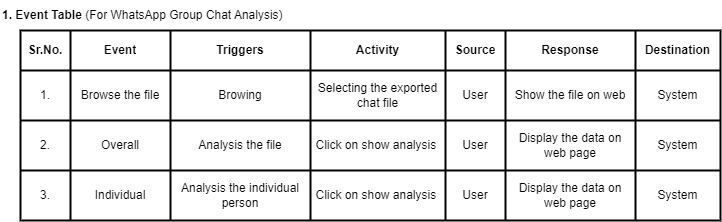
Earlier version of the draw.io export Event Table.drawio.png (akashpagi/GITHUB). Source tidied: cells renumbered, new cells last; positions are measured from the earlier drawing's top-left corner, leaving out a move shared by most shapes.
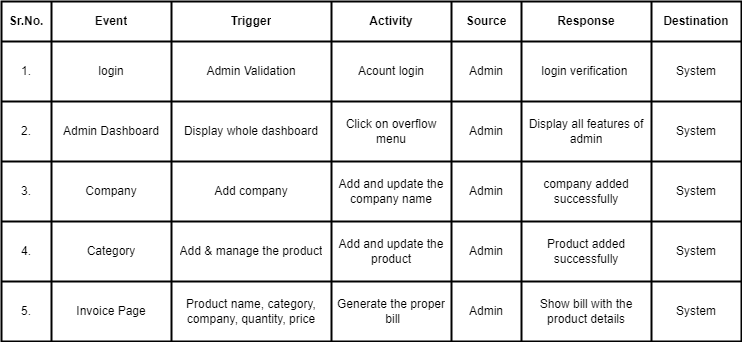
After the commit.

Diff of the diagram source:
```diff
@@ -3,106 +3,151 @@
     <mxCell id="0" />
     <mxCell id="1" parent="0" />
     <mxCell id="2" style="shape=table;startSize=0;strokeWidth=2;" parent="1" vertex="1">
-      <mxGeometry x="20" y="30" width="700" height="190" as="geometry" />
+      <mxGeometry x="20" y="30" width="740" height="340" as="geometry" />
     </mxCell>
     <mxCell id="3" style="shape=tableRow;horizontal=0;startSize=0;swimlaneHead=0;swimlaneBody=0;strokeColor=inherit;top=0;left=0;bottom=0;right=0;fillColor=none;strokeWidth=2;" parent="2" vertex="1">
-      <mxGeometry width="700" height="40" as="geometry" />
+      <mxGeometry width="740" height="40" as="geometry" />
     </mxCell>
     <mxCell id="4" value="&lt;font style=&quot;font-size: 12px;&quot;&gt;&lt;b&gt;Sr.No.&lt;/b&gt;&lt;/font&gt;" style="shape=partialRectangle;html=1;whiteSpace=wrap;strokeColor=inherit;overflow=hidden;fillColor=none;top=0;left=0;bottom=0;right=0;strokeWidth=2;" parent="3" vertex="1">
       <mxGeometry width="50" height="40" as="geometry" />
     </mxCell>
     <mxCell id="5" value="&lt;b&gt;Event&lt;/b&gt;" style="shape=partialRectangle;html=1;whiteSpace=wrap;strokeColor=inherit;overflow=hidden;fillColor=none;top=0;left=0;bottom=0;right=0;strokeWidth=2;" parent="3" vertex="1">
-      <mxGeometry x="50" width="100" height="40" as="geometry" />
+      <mxGeometry x="50" width="120" height="40" as="geometry" />
     </mxCell>
-    <mxCell id="6" value="&lt;b&gt;Triggers&lt;/b&gt;" style="shape=partialRectangle;html=1;whiteSpace=wrap;strokeColor=inherit;overflow=hidden;fillColor=none;top=0;left=0;bottom=0;right=0;strokeWidth=2;" parent="3" vertex="1">
-      <mxGeometry x="150" width="140" height="40" as="geometry" />
+    <mxCell id="6" value="&lt;b&gt;Trigger&lt;/b&gt;" style="shape=partialRectangle;html=1;whiteSpace=wrap;strokeColor=inherit;overflow=hidden;fillColor=none;top=0;left=0;bottom=0;right=0;strokeWidth=2;" parent="3" vertex="1">
+      <mxGeometry x="170" width="160" height="40" as="geometry" />
     </mxCell>
     <mxCell id="7" value="&lt;b&gt;Activity&lt;/b&gt;" style="shape=partialRectangle;html=1;whiteSpace=wrap;strokeColor=inherit;overflow=hidden;fillColor=none;top=0;left=0;bottom=0;right=0;strokeWidth=2;" parent="3" vertex="1">
-      <mxGeometry x="290" width="135" height="40" as="geometry" />
+      <mxGeometry x="330" width="120" height="40" as="geometry" />
     </mxCell>
     <mxCell id="8" value="&lt;b&gt;Source&lt;/b&gt;" style="shape=partialRectangle;html=1;whiteSpace=wrap;strokeColor=inherit;overflow=hidden;fillColor=none;top=0;left=0;bottom=0;right=0;strokeWidth=2;" parent="3" vertex="1">
-      <mxGeometry x="425" width="60" height="40" as="geometry" />
+      <mxGeometry x="450" width="70" height="40" as="geometry" />
     </mxCell>
     <mxCell id="9" value="&lt;b&gt;Response&lt;/b&gt;" style="shape=partialRectangle;html=1;whiteSpace=wrap;strokeColor=inherit;overflow=hidden;fillColor=none;top=0;left=0;bottom=0;right=0;strokeWidth=2;" parent="3" vertex="1">
-      <mxGeometry x="485" width="130" height="40" as="geometry" />
+      <mxGeometry x="520" width="130" height="40" as="geometry" />
     </mxCell>
     <mxCell id="10" value="&lt;b&gt;Destination&lt;/b&gt;" style="shape=partialRectangle;html=1;whiteSpace=wrap;strokeColor=inherit;overflow=hidden;fillColor=none;top=0;left=0;bottom=0;right=0;strokeWidth=2;" parent="3" vertex="1">
-      <mxGeometry x="615" width="85" height="40" as="geometry" />
+      <mxGeometry x="650" width="90" height="40" as="geometry" />
     </mxCell>
     <mxCell id="11" style="shape=tableRow;horizontal=0;startSize=0;swimlaneHead=0;swimlaneBody=0;strokeColor=inherit;top=0;left=0;bottom=0;right=0;fillColor=none;strokeWidth=2;" parent="2" vertex="1">
-      <mxGeometry y="40" width="700" height="50" as="geometry" />
+      <mxGeometry y="40" width="740" height="60" as="geometry" />
     </mxCell>
     <mxCell id="12" value="1." style="shape=partialRectangle;html=1;whiteSpace=wrap;strokeColor=inherit;overflow=hidden;fillColor=none;top=0;left=0;bottom=0;right=0;strokeWidth=2;" parent="11" vertex="1">
-      <mxGeometry width="50" height="50" as="geometry" />
+      <mxGeometry width="50" height="60" as="geometry" />
     </mxCell>
-    <mxCell id="13" value="Browse the file" style="shape=partialRectangle;html=1;whiteSpace=wrap;strokeColor=inherit;overflow=hidden;fillColor=none;top=0;left=0;bottom=0;right=0;strokeWidth=2;" parent="11" vertex="1">
-      <mxGeometry x="50" width="100" height="50" as="geometry" />
+    <mxCell id="13" value="login" style="shape=partialRectangle;html=1;whiteSpace=wrap;strokeColor=inherit;overflow=hidden;fillColor=none;top=0;left=0;bottom=0;right=0;strokeWidth=2;" parent="11" vertex="1">
+      <mxGeometry x="50" width="120" height="60" as="geometry" />
     </mxCell>
-    <mxCell id="14" value="Browing" style="shape=partialRectangle;html=1;whiteSpace=wrap;strokeColor=inherit;overflow=hidden;fillColor=none;top=0;left=0;bottom=0;right=0;strokeWidth=2;" parent="11" vertex="1">
-      <mxGeometry x="150" width="140" height="50" as="geometry" />
+    <mxCell id="14" value="Admin Validation" style="shape=partialRectangle;html=1;whiteSpace=wrap;strokeColor=inherit;overflow=hidden;fillColor=none;top=0;left=0;bottom=0;right=0;strokeWidth=2;" parent="11" vertex="1">
+      <mxGeometry x="170" width="160" height="60" as="geometry" />
     </mxCell>
-    <mxCell id="15" value="Selecting the exported chat file" style="shape=partialRectangle;html=1;whiteSpace=wrap;strokeColor=inherit;overflow=hidden;fillColor=none;top=0;left=0;bottom=0;right=0;strokeWidth=2;" parent="11" vertex="1">
-      <mxGeometry x="290" width="135" height="50" as="geometry" />
+    <mxCell id="15" value="Acount login" style="shape=partialRectangle;html=1;whiteSpace=wrap;strokeColor=inherit;overflow=hidden;fillColor=none;top=0;left=0;bottom=0;right=0;strokeWidth=2;" parent="11" vertex="1">
+      <mxGeometry x="330" width="120" height="60" as="geometry" />
     </mxCell>
-    <mxCell id="16" value="User" style="shape=partialRectangle;html=1;whiteSpace=wrap;strokeColor=inherit;overflow=hidden;fillColor=none;top=0;left=0;bottom=0;right=0;strokeWidth=2;" parent="11" vertex="1">
-      <mxGeometry x="425" width="60" height="50" as="geometry" />
+    <mxCell id="16" value="Admin" style="shape=partialRectangle;html=1;whiteSpace=wrap;strokeColor=inherit;overflow=hidden;fillColor=none;top=0;left=0;bottom=0;right=0;strokeWidth=2;" parent="11" vertex="1">
+      <mxGeometry x="450" width="70" height="60" as="geometry" />
     </mxCell>
-    <mxCell id="17" value="Show the file on web" style="shape=partialRectangle;html=1;whiteSpace=wrap;strokeColor=inherit;overflow=hidden;fillColor=none;top=0;left=0;bottom=0;right=0;strokeWidth=2;" parent="11" vertex="1">
-      <mxGeometry x="485" width="130" height="50" as="geometry" />
+    <mxCell id="17" value="login verification&amp;nbsp;" style="shape=partialRectangle;html=1;whiteSpace=wrap;strokeColor=inherit;overflow=hidden;fillColor=none;top=0;left=0;bottom=0;right=0;strokeWidth=2;" parent="11" vertex="1">
+      <mxGeometry x="520" width="130" height="60" as="geometry" />
     </mxCell>
     <mxCell id="18" value="System" style="shape=partialRectangle;html=1;whiteSpace=wrap;strokeColor=inherit;overflow=hidden;fillColor=none;top=0;left=0;bottom=0;right=0;strokeWidth=2;" parent="11" vertex="1">
-      <mxGeometry x="615" width="85" height="50" as="geometry" />
+      <mxGeometry x="650" width="90" height="60" as="geometry" />
     </mxCell>
     <mxCell id="19" style="shape=tableRow;horizontal=0;startSize=0;swimlaneHead=0;swimlaneBody=0;strokeColor=inherit;top=0;left=0;bottom=0;right=0;fillColor=none;strokeWidth=2;" parent="2" vertex="1">
-      <mxGeometry y="90" width="700" height="50" as="geometry" />
+      <mxGeometry y="100" width="740" height="60" as="geometry" />
     </mxCell>
     <mxCell id="20" value="2." style="shape=partialRectangle;html=1;whiteSpace=wrap;strokeColor=inherit;overflow=hidden;fillColor=none;top=0;left=0;bottom=0;right=0;strokeWidth=2;" parent="19" vertex="1">
-      <mxGeometry width="50" height="50" as="geometry" />
+      <mxGeometry width="50" height="60" as="geometry" />
     </mxCell>
-    <mxCell id="21" value="Overall" style="shape=partialRectangle;html=1;whiteSpace=wrap;strokeColor=inherit;overflow=hidden;fillColor=none;top=0;left=0;bottom=0;right=0;strokeWidth=2;" parent="19" vertex="1">
-      <mxGeometry x="50" width="100" height="50" as="geometry" />
+    <mxCell id="21" value="Admin Dashboard" style="shape=partialRectangle;html=1;whiteSpace=wrap;strokeColor=inherit;overflow=hidden;fillColor=none;top=0;left=0;bottom=0;right=0;strokeWidth=2;" parent="19" vertex="1">
+      <mxGeometry x="50" width="120" height="60" as="geometry" />
     </mxCell>
-    <mxCell id="22" value="Analysis the file" style="shape=partialRectangle;html=1;whiteSpace=wrap;strokeColor=inherit;overflow=hidden;fillColor=none;top=0;left=0;bottom=0;right=0;strokeWidth=2;" parent="19" vertex="1">
-      <mxGeometry x="150" width="140" height="50" as="geometry" />
+    <mxCell id="22" value="Display whole dashboard" style="shape=partialRectangle;html=1;whiteSpace=wrap;strokeColor=inherit;overflow=hidden;fillColor=none;top=0;left=0;bottom=0;right=0;strokeWidth=2;" parent="19" vertex="1">
+      <mxGeometry x="170" width="160" height="60" as="geometry" />
     </mxCell>
-    <mxCell id="23" value="Click on show analysis&amp;nbsp;" style="shape=partialRectangle;html=1;whiteSpace=wrap;strokeColor=inherit;overflow=hidden;fillColor=none;top=0;left=0;bottom=0;right=0;strokeWidth=2;" parent="19" vertex="1">
-      <mxGeometry x="290" width="135" height="50" as="geometry" />
+    <mxCell id="23" value="Click on overflow menu" style="shape=partialRectangle;html=1;whiteSpace=wrap;strokeColor=inherit;overflow=hidden;fillColor=none;top=0;left=0;bottom=0;right=0;strokeWidth=2;" parent="19" vertex="1">
+      <mxGeometry x="330" width="120" height="60" as="geometry" />
     </mxCell>
-    <mxCell id="24" value="User" style="shape=partialRectangle;html=1;whiteSpace=wrap;strokeColor=inherit;overflow=hidden;fillColor=none;top=0;left=0;bottom=0;right=0;strokeWidth=2;" parent="19" vertex="1">
-      <mxGeometry x="425" width="60" height="50" as="geometry" />
+    <mxCell id="24" value="Admin" style="shape=partialRectangle;html=1;whiteSpace=wrap;strokeColor=inherit;overflow=hidden;fillColor=none;top=0;left=0;bottom=0;right=0;strokeWidth=2;" parent="19" vertex="1">
+      <mxGeometry x="450" width="70" height="60" as="geometry" />
     </mxCell>
-    <mxCell id="25" value="Display the data on web page" style="shape=partialRectangle;html=1;whiteSpace=wrap;strokeColor=inherit;overflow=hidden;fillColor=none;top=0;left=0;bottom=0;right=0;strokeWidth=2;" parent="19" vertex="1">
-      <mxGeometry x="485" width="130" height="50" as="geometry" />
+    <mxCell id="25" value="Display all features of admin" style="shape=partialRectangle;html=1;whiteSpace=wrap;strokeColor=inherit;overflow=hidden;fillColor=none;top=0;left=0;bottom=0;right=0;strokeWidth=2;" parent="19" vertex="1">
+      <mxGeometry x="520" width="130" height="60" as="geometry" />
     </mxCell>
     <mxCell id="26" value="System" style="shape=partialRectangle;html=1;whiteSpace=wrap;strokeColor=inherit;overflow=hidden;fillColor=none;top=0;left=0;bottom=0;right=0;strokeWidth=2;" parent="19" vertex="1">
-      <mxGeometry x="615" width="85" height="50" as="geometry" />
+      <mxGeometry x="650" width="90" height="60" as="geometry" />
     </mxCell>
     <mxCell id="27" style="shape=tableRow;horizontal=0;startSize=0;swimlaneHead=0;swimlaneBody=0;strokeColor=inherit;top=0;left=0;bottom=0;right=0;fillColor=none;strokeWidth=2;" parent="2" vertex="1">
-      <mxGeometry y="140" width="700" height="50" as="geometry" />
+      <mxGeometry y="160" width="740" height="60" as="geometry" />
     </mxCell>
     <mxCell id="28" value="3." style="shape=partialRectangle;html=1;whiteSpace=wrap;strokeColor=inherit;overflow=hidden;fillColor=none;top=0;left=0;bottom=0;right=0;strokeWidth=2;" parent="27" vertex="1">
-      <mxGeometry width="50" height="50" as="geometry" />
+      <mxGeometry width="50" height="60" as="geometry" />
     </mxCell>
-    <mxCell id="29" value="Individual" style="shape=partialRectangle;html=1;whiteSpace=wrap;strokeColor=inherit;overflow=hidden;fillColor=none;top=0;left=0;bottom=0;right=0;strokeWidth=2;" parent="27" vertex="1">
-      <mxGeometry x="50" width="100" height="50" as="geometry" />
+    <mxCell id="29" value="Company" style="shape=partialRectangle;html=1;whiteSpace=wrap;strokeColor=inherit;overflow=hidden;fillColor=none;top=0;left=0;bottom=0;right=0;strokeWidth=2;" parent="27" vertex="1">
+      <mxGeometry x="50" width="120" height="60" as="geometry" />
     </mxCell>
-    <mxCell id="30" value="Analysis the individual person" style="shape=partialRectangle;html=1;whiteSpace=wrap;strokeColor=inherit;overflow=hidden;fillColor=none;top=0;left=0;bottom=0;right=0;strokeWidth=2;" parent="27" vertex="1">
-      <mxGeometry x="150" width="140" height="50" as="geometry" />
+    <mxCell id="30" value="Add company" style="shape=partialRectangle;html=1;whiteSpace=wrap;strokeColor=inherit;overflow=hidden;fillColor=none;top=0;left=0;bottom=0;right=0;strokeWidth=2;" parent="27" vertex="1">
+      <mxGeometry x="170" width="160" height="60" as="geometry" />
     </mxCell>
-    <mxCell id="31" value="Click on show analysis&amp;nbsp;" style="shape=partialRectangle;html=1;whiteSpace=wrap;strokeColor=inherit;overflow=hidden;fillColor=none;top=0;left=0;bottom=0;right=0;strokeWidth=2;" parent="27" vertex="1">
-      <mxGeometry x="290" width="135" height="50" as="geometry" />
+    <mxCell id="31" value="Add and update the company name" style="shape=partialRectangle;html=1;whiteSpace=wrap;strokeColor=inherit;overflow=hidden;fillColor=none;top=0;left=0;bottom=0;right=0;strokeWidth=2;" parent="27" vertex="1">
+      <mxGeometry x="330" width="120" height="60" as="geometry" />
     </mxCell>
-    <mxCell id="32" value="User" style="shape=partialRectangle;html=1;whiteSpace=wrap;strokeColor=inherit;overflow=hidden;fillColor=none;top=0;left=0;bottom=0;right=0;strokeWidth=2;" parent="27" vertex="1">
-      <mxGeometry x="425" width="60" height="50" as="geometry" />
+    <mxCell id="32" value="Admin" style="shape=partialRectangle;html=1;whiteSpace=wrap;strokeColor=inherit;overflow=hidden;fillColor=none;top=0;left=0;bottom=0;right=0;strokeWidth=2;" parent="27" vertex="1">
+      <mxGeometry x="450" width="70" height="60" as="geometry" />
     </mxCell>
-    <mxCell id="33" value="Display the data on web page" style="shape=partialRectangle;html=1;whiteSpace=wrap;strokeColor=inherit;overflow=hidden;fillColor=none;top=0;left=0;bottom=0;right=0;strokeWidth=2;" parent="27" vertex="1">
-      <mxGeometry x="485" width="130" height="50" as="geometry" />
+    <mxCell id="33" value="company added successfully" style="shape=partialRectangle;html=1;whiteSpace=wrap;strokeColor=inherit;overflow=hidden;fillColor=none;top=0;left=0;bottom=0;right=0;strokeWidth=2;" parent="27" vertex="1">
+      <mxGeometry x="520" width="130" height="60" as="geometry" />
     </mxCell>
     <mxCell id="34" value="System" style="shape=partialRectangle;html=1;whiteSpace=wrap;strokeColor=inherit;overflow=hidden;fillColor=none;top=0;left=0;bottom=0;right=0;strokeWidth=2;" parent="27" vertex="1">
-      <mxGeometry x="615" width="85" height="50" as="geometry" />
+      <mxGeometry x="650" width="90" height="60" as="geometry" />
     </mxCell>
-    <mxCell id="35" value="&lt;b&gt;1. Event Table&lt;/b&gt; (For WhatsApp Group Chat Analysis)" style="text;html=1;strokeColor=none;fillColor=none;align=left;verticalAlign=middle;whiteSpace=wrap;rounded=0;" parent="1" vertex="1">
-      <mxGeometry width="410" height="30" as="geometry" />
-    </mxCell>
+    <mxCell id="36" style="shape=tableRow;horizontal=0;startSize=0;swimlaneHead=0;swimlaneBody=0;strokeColor=inherit;top=0;left=0;bottom=0;right=0;fillColor=none;strokeWidth=2;" parent="2" vertex="1">
+      <mxGeometry y="220" width="740" height="60" as="geometry" />
+    </mxCell>
+    <mxCell id="37" value="4." style="shape=partialRectangle;html=1;whiteSpace=wrap;strokeColor=inherit;overflow=hidden;fillColor=none;top=0;left=0;bottom=0;right=0;strokeWidth=2;" parent="36" vertex="1">
+      <mxGeometry width="50" height="60" as="geometry" />
+    </mxCell>
+    <mxCell id="38" value="Category" style="shape=partialRectangle;html=1;whiteSpace=wrap;strokeColor=inherit;overflow=hidden;fillColor=none;top=0;left=0;bottom=0;right=0;strokeWidth=2;" parent="36" vertex="1">
+      <mxGeometry x="50" width="120" height="60" as="geometry" />
+    </mxCell>
+    <mxCell id="39" value="Add &amp;amp; manage the product" style="shape=partialRectangle;html=1;whiteSpace=wrap;strokeColor=inherit;overflow=hidden;fillColor=none;top=0;left=0;bottom=0;right=0;strokeWidth=2;" parent="36" vertex="1">
+      <mxGeometry x="170" width="160" height="60" as="geometry" />
+    </mxCell>
+    <mxCell id="40" value="Add and update the product" style="shape=partialRectangle;html=1;whiteSpace=wrap;strokeColor=inherit;overflow=hidden;fillColor=none;top=0;left=0;bottom=0;right=0;strokeWidth=2;" parent="36" vertex="1">
+      <mxGeometry x="330" width="120" height="60" as="geometry" />
+    </mxCell>
+    <mxCell id="41" value="Admin" style="shape=partialRectangle;html=1;whiteSpace=wrap;strokeColor=inherit;overflow=hidden;fillColor=none;top=0;left=0;bottom=0;right=0;strokeWidth=2;" parent="36" vertex="1">
+      <mxGeometry x="450" width="70" height="60" as="geometry" />
+    </mxCell>
+    <mxCell id="42" value="Product added successfully" style="shape=partialRectangle;html=1;whiteSpace=wrap;strokeColor=inherit;overflow=hidden;fillColor=none;top=0;left=0;bottom=0;right=0;strokeWidth=2;" parent="36" vertex="1">
+      <mxGeometry x="520" width="130" height="60" as="geometry" />
+    </mxCell>
+    <mxCell id="43" value="System" style="shape=partialRectangle;html=1;whiteSpace=wrap;strokeColor=inherit;overflow=hidden;fillColor=none;top=0;left=0;bottom=0;right=0;strokeWidth=2;" parent="36" vertex="1">
+      <mxGeometry x="650" width="90" height="60" as="geometry" />
+    </mxCell>
+    <mxCell id="44" style="shape=tableRow;horizontal=0;startSize=0;swimlaneHead=0;swimlaneBody=0;strokeColor=inherit;top=0;left=0;bottom=0;right=0;fillColor=none;strokeWidth=2;" parent="2" vertex="1">
+      <mxGeometry y="280" width="740" height="60" as="geometry" />
+    </mxCell>
+    <mxCell id="45" value="5." style="shape=partialRectangle;html=1;whiteSpace=wrap;strokeColor=inherit;overflow=hidden;fillColor=none;top=0;left=0;bottom=0;right=0;strokeWidth=2;" parent="44" vertex="1">
+      <mxGeometry width="50" height="60" as="geometry" />
+    </mxCell>
+    <mxCell id="46" value="Invoice Page" style="shape=partialRectangle;html=1;whiteSpace=wrap;strokeColor=inherit;overflow=hidden;fillColor=none;top=0;left=0;bottom=0;right=0;strokeWidth=2;" parent="44" vertex="1">
+      <mxGeometry x="50" width="120" height="60" as="geometry" />
+    </mxCell>
+    <mxCell id="47" value="Product name, category, company, quantity, price" style="shape=partialRectangle;html=1;whiteSpace=wrap;strokeColor=inherit;overflow=hidden;fillColor=none;top=0;left=0;bottom=0;right=0;strokeWidth=2;" parent="44" vertex="1">
+      <mxGeometry x="170" width="160" height="60" as="geometry" />
+    </mxCell>
+    <mxCell id="48" value="Generate the proper&lt;div&gt;&amp;nbsp;bill&lt;/div&gt;" style="shape=partialRectangle;html=1;whiteSpace=wrap;strokeColor=inherit;overflow=hidden;fillColor=none;top=0;left=0;bottom=0;right=0;strokeWidth=2;" parent="44" vertex="1">
+      <mxGeometry x="330" width="120" height="60" as="geometry" />
+    </mxCell>
+    <mxCell id="49" value="Admin" style="shape=partialRectangle;html=1;whiteSpace=wrap;strokeColor=inherit;overflow=hidden;fillColor=none;top=0;left=0;bottom=0;right=0;strokeWidth=2;" parent="44" vertex="1">
+      <mxGeometry x="450" width="70" height="60" as="geometry" />
+    </mxCell>
+    <mxCell id="50" value="Show bill with the product details" style="shape=partialRectangle;html=1;whiteSpace=wrap;strokeColor=inherit;overflow=hidden;fillColor=none;top=0;left=0;bottom=0;right=0;strokeWidth=2;" parent="44" vertex="1">
+      <mxGeometry x="520" width="130" height="60" as="geometry" />
+    </mxCell>
+    <mxCell id="51" value="System" style="shape=partialRectangle;html=1;whiteSpace=wrap;strokeColor=inherit;overflow=hidden;fillColor=none;top=0;left=0;bottom=0;right=0;strokeWidth=2;" parent="44" vertex="1">
+      <mxGeometry x="650" width="90" height="60" as="geometry" />
+    </mxCell>
   </root>
 </mxGraphModel>
```
